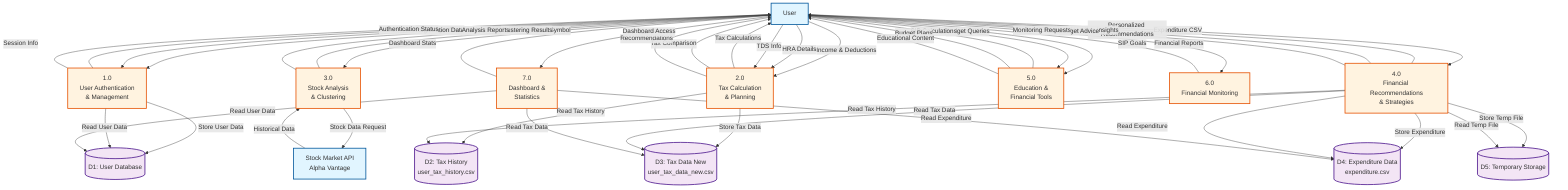
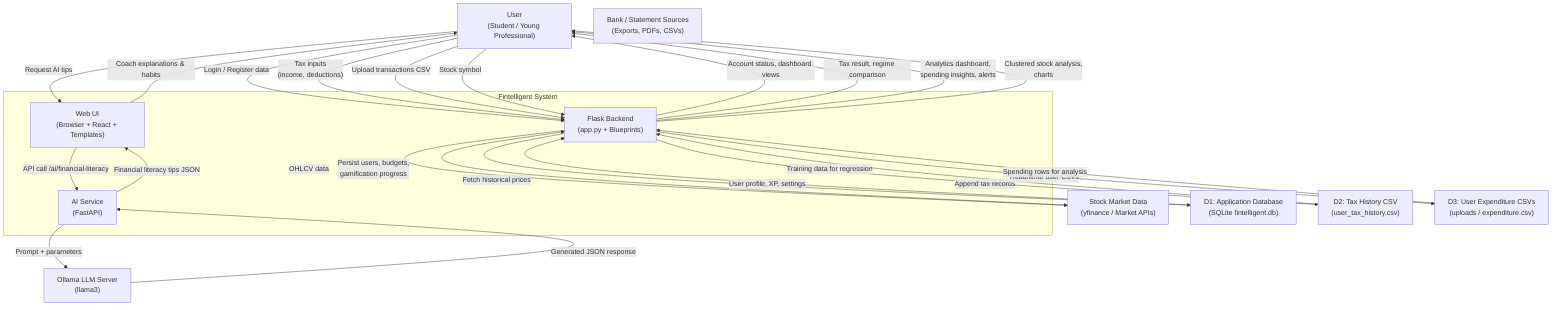
flowchart TD
+     %% =========================================
+     %% DFD LEVEL 1 – CONTEXT DIAGRAM
+     %% =========================================
+ 
    %% External Entities
-     User[User]
-     StockAPI[Stock Market API<br/>Alpha Vantage]
+     User["User<br/>(Student / Young Professional)"]
+     BankAPI["Bank / Statement Sources<br/>(Exports, PDFs, CSVs)"]
+     StockMarket["Stock Market Data<br/>(yfinance / Market APIs)"]
+     LLMService["Ollama LLM Server<br/>(llama3)"]
+ 
+     %% Main System
+     subgraph Fintelligent["Fintelligent System"]
+         UI["Web UI<br/>(Browser + React + Templates)"]
+         Core["Flask Backend<br/>(app.py + Blueprints)"]
+         AISvc["AI Service<br/>(FastAPI)"]
+     end

    %% Data Stores
-     UserDB[(D1: User Database)]
-     TaxHist[(D2: Tax History<br/>user_tax_history.csv)]
-     TaxData[(D3: Tax Data New<br/>user_tax_data_new.csv)]
-     ExpData[(D4: Expenditure Data<br/>expenditure.csv)]
-     TempStore[(D5: Temporary Storage)]
+     DB["D1: Application Database<br/>(SQLite fintelligent.db)"]
+     TaxHistory["D2: Tax History CSV<br/>(user_tax_history.csv)"]
+     SpendCSV["D3: User Expenditure CSVs<br/>(uploads / expenditure.csv)"]

-     %% Level 1 Processes
-     P1[1.0<br/>User Authentication<br/>& Management]
-     P2[2.0<br/>Tax Calculation<br/>& Planning]
-     P3[3.0<br/>Stock Analysis<br/>& Clustering]
-     P4[4.0<br/>Financial Recommendations<br/>& Strategies]
-     P5[5.0<br/>Education &<br/>Financial Tools]
-     P6[6.0<br/>Financial Monitoring]
-     P7[7.0<br/>Dashboard &<br/>Statistics]
+     %% Flows: User <-> System
+     User -->|"Login / Register data"| Core
+     Core -->|"Account status, dashboard views"| User

-     %% User interactions with processes
-     User -->|Login Credentials| P1
-     User -->|Registration Data| P1
-     P1 -->|Authentication Status| User
-     P1 -->|Session Info| User
+     User -->|"Tax inputs<br/>(income, deductions)"| Core
+     Core -->|"Tax result, regime comparison"| User

-     User -->|Income & Deductions| P2
-     User -->|HRA Details| P2
-     User -->|TDS Info| P2
-     P2 -->|Tax Calculations| User
-     P2 -->|Tax Comparison| User
-     P2 -->|Recommendations| User
+     User -->|"Upload transactions CSV"| Core
+     Core -->|"Analytics dashboard,<br/>spending insights, alerts"| User

-     User -->|Stock Symbol| P3
-     P3 -->|Stock Data Request| StockAPI
-     StockAPI -->|Historical Data| P3
-     P3 -->|Clustering Results| User
-     P3 -->|Analysis Reports| User
+     User -->|"Stock symbol"| Core
+     Core -->|"Clustered stock analysis,<br/>charts"| User

-     User -->|Expenditure CSV| P4
-     P4 -->|Personalized Recommendations| User
-     P4 -->|Spending Insights| User
-     P4 -->|Budget Advice| User
+     User -->|"Request AI tips"| UI
+     UI -->|"API call /ai/financial-literacy"| AISvc
+     AISvc -->|"Financial literacy tips JSON"| UI
+     UI -->|"Coach explanations & habits"| User

-     User -->|SIP Goals| P5
-     User -->|Budget Queries| P5
-     P5 -->|SIP Calculations| User
-     P5 -->|Budget Plans| User
-     P5 -->|Educational Content| User
+     %% Flows: External Services
+     Core -->|"Fetch historical prices"| StockMarket
+     StockMarket -->|"OHLCV data"| Core

-     User -->|Monitoring Requests| P6
-     P6 -->|Financial Reports| User
+     Core -->|"Persist users, budgets,<br/>gamification progress"| DB
+     DB -->|"User profile, XP, settings"| Core

-     User -->|Dashboard Access| P7
-     P7 -->|Dashboard Stats| User
+     Core -->|"Append tax records"| TaxHistory
+     TaxHistory -->|"Training data for regression"| Core

-     %% Data flows to/from data stores
-     P1 -->|Store User Data| UserDB
-     P1 -->|Read User Data| UserDB
+     Core -->|"Read/write user CSVs"| SpendCSV
+     SpendCSV -->|"Spending rows for analysis"| Core

-     P2 -->|Read Tax History| TaxHist
-     P2 -->|Store Tax Data| TaxData
-     P4 -->|Read Tax Data| TaxData
-     P4 -->|Read Tax History| TaxHist
+     AISvc -->|"Prompt + parameters"| LLMService
+     LLMService -->|"Generated JSON response"| AISvc

-     P4 -->|Store Expenditure| ExpData
-     P4 -->|Read Expenditure| ExpData
-     P4 -->|Store Temp File| TempStore
-     P4 -->|Read Temp File| TempStore
- 
-     P7 -->|Read User Data| UserDB
-     P7 -->|Read Tax Data| TaxData
-     P7 -->|Read Expenditure| ExpData
- 
-     %% Styling
-     classDef external fill:#e1f5ff,stroke:#01579b,stroke-width:2px
-     classDef process fill:#fff3e0,stroke:#e65100,stroke-width:2px
-     classDef datastore fill:#f3e5f5,stroke:#4a148c,stroke-width:2px
- 
-     class User,StockAPI external
-     class P1,P2,P3,P4,P5,P6,P7 process
-     class UserDB,TaxHist,TaxData,ExpData,TempStore datastore
